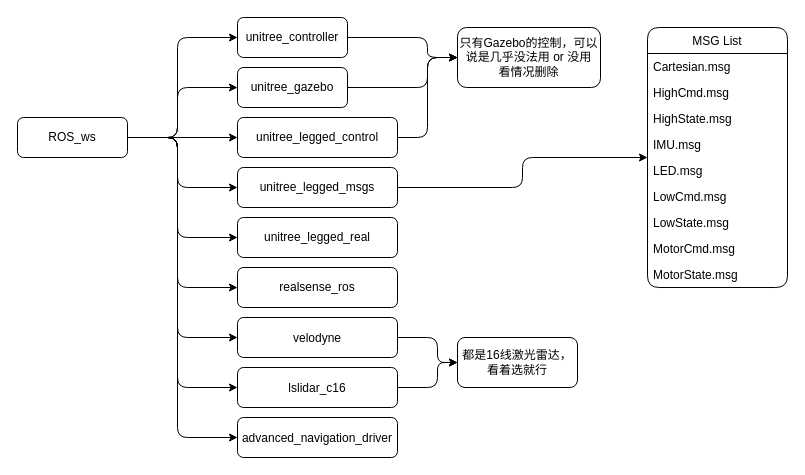
This is ROS_ws/drawio/ROS_ws.drawio from MistyMoonR/tsinghua-Unitree-ROS, a draw.io file, before an edit. Source tidied: cells renumbered, new cells numbered last; positions are measured from the earlier drawing's top-left corner, leaving out a move shared by most shapes. Both pictures are drawn from the tidied source at 100%, with x=0, y=0 at pixel (17, 17).
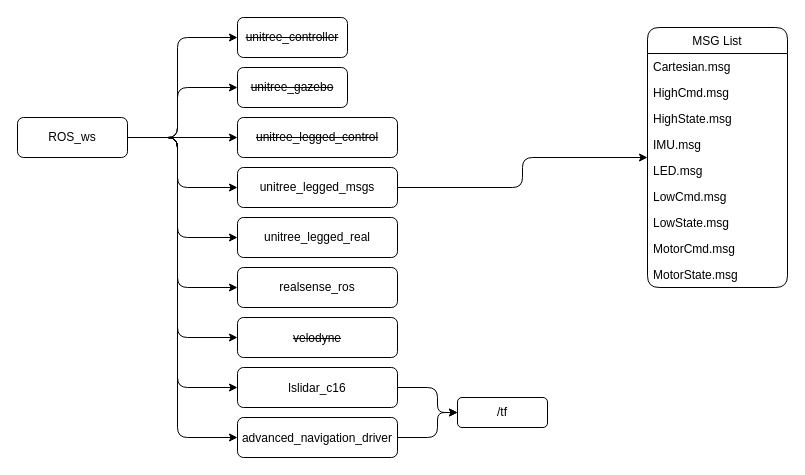
Above is the later version.

The change refers to these unchanged cells:
```xml
<mxCell id="32" value="&lt;p class=&quot;p1&quot; style=&quot;margin: 0px ; font-stretch: normal ; line-height: normal&quot;&gt;lslidar_c16&lt;/p&gt;" style="rounded=1;whiteSpace=wrap;html=1;" parent="1" vertex="1">
  <mxGeometry x="220" y="350" width="160" height="40" as="geometry" />
</mxCell>
<mxCell id="34" value="&lt;p class=&quot;p1&quot; style=&quot;margin: 0px ; font-stretch: normal ; line-height: normal&quot;&gt;advanced_navigation_driver&lt;/p&gt;" style="rounded=1;whiteSpace=wrap;html=1;" parent="1" vertex="1">
  <mxGeometry x="220" y="400" width="160" height="40" as="geometry" />
</mxCell>
```

The edit, as a diff of the source:
```diff
@@
-    <mxCell id="4" value="unitree_legged_control" style="rounded=1;whiteSpace=wrap;html=1;" parent="1" vertex="1">
+    <mxCell id="4" value="&lt;strike&gt;unitree_legged_control&lt;/strike&gt;" style="rounded=1;whiteSpace=wrap;html=1;" parent="1" vertex="1">
       <mxGeometry x="220" y="100" width="160" height="40" as="geometry" />
     </mxCell>
-    <mxCell id="5" style="edgeStyle=orthogonalEdgeStyle;rounded=1;jettySize=auto;html=1;" parent="1" edge="1" source="6" target="16">
-      <mxGeometry relative="1" as="geometry">
-        <Array as="points">
-          <mxPoint x="410" y="70" />
-          <mxPoint x="410" y="40" />
-        </Array>
-      </mxGeometry>
-    </mxCell>
-    <mxCell id="6" value="unitree_gazebo" style="rounded=1;whiteSpace=wrap;html=1;" parent="1" vertex="1">
+    <mxCell id="6" value="&lt;strike&gt;unitree_gazebo&lt;/strike&gt;" style="rounded=1;whiteSpace=wrap;html=1;" parent="1" vertex="1">
       <mxGeometry x="220" y="50" width="110" height="40" as="geometry" />
     </mxCell>
-    <mxCell id="7" style="edgeStyle=orthogonalEdgeStyle;rounded=1;jettySize=auto;html=1;" parent="1" edge="1" source="8" target="16">
-      <mxGeometry relative="1" as="geometry">
-        <Array as="points">
-          <mxPoint x="410" y="20" />
-          <mxPoint x="410" y="40" />
-        </Array>
-      </mxGeometry>
-    </mxCell>
-    <mxCell id="8" value="unitree_controller" style="rounded=1;whiteSpace=wrap;html=1;" parent="1" vertex="1">
+    <mxCell id="8" value="&lt;strike&gt;unitree_controller&lt;/strike&gt;" style="rounded=1;whiteSpace=wrap;html=1;" parent="1" vertex="1">
       <mxGeometry x="220" width="110" height="40" as="geometry" />
     </mxCell>
@@
-    <mxCell id="16" value="只有Gazebo的控制，可以说是几乎没法用 or 没用&lt;br&gt;看情况删除" style="rounded=1;whiteSpace=wrap;html=1;" parent="1" vertex="1">
-      <mxGeometry x="440" y="10" width="143" height="60" as="geometry" />
-    </mxCell>
-    <mxCell id="17" style="edgeStyle=orthogonalEdgeStyle;rounded=1;jettySize=auto;html=1;" parent="1" edge="1" source="4" target="16">
-      <mxGeometry relative="1" as="geometry">
-        <Array as="points">
-          <mxPoint x="410" y="120" />
-          <mxPoint x="410" y="40" />
-        </Array>
-      </mxGeometry>
-    </mxCell>
@@
-    <mxCell id="30" value="&lt;p class=&quot;p1&quot; style=&quot;margin: 0px ; font-stretch: normal ; line-height: normal&quot;&gt;velodyne&lt;/p&gt;" style="rounded=1;whiteSpace=wrap;html=1;" parent="1" vertex="1">
+    <mxCell id="30" value="&lt;p class=&quot;p1&quot; style=&quot;margin: 0px ; font-stretch: normal ; line-height: normal&quot;&gt;&lt;strike&gt;velodyne&lt;/strike&gt;&lt;/p&gt;" style="rounded=1;whiteSpace=wrap;html=1;" parent="1" vertex="1">
       <mxGeometry x="220" y="300" width="160" height="40" as="geometry" />
     </mxCell>
@@
-    <mxCell id="36" style="edgeStyle=orthogonalEdgeStyle;rounded=1;jettySize=auto;html=1;" parent="1" edge="1" source="32" target="37">
-      <mxGeometry relative="1" as="geometry">
-        <Array as="points">
-          <mxPoint x="420" y="370" />
-          <mxPoint x="420" y="345" />
-        </Array>
-      </mxGeometry>
-    </mxCell>
-    <mxCell id="37" value="都是16线激光雷达，看着选就行" style="rounded=1;whiteSpace=wrap;html=1;" parent="1" vertex="1">
-      <mxGeometry x="440" y="320" width="120" height="50" as="geometry" />
-    </mxCell>
-    <mxCell id="38" style="edgeStyle=orthogonalEdgeStyle;rounded=1;jettySize=auto;html=1;exitX=1;exitY=0.5;exitDx=0;exitDy=0;" parent="1" edge="1" source="30" target="37">
-      <mxGeometry relative="1" as="geometry">
-        <Array as="points">
-          <mxPoint x="420" y="320" />
-          <mxPoint x="420" y="345" />
-        </Array>
-      </mxGeometry>
-    </mxCell>
+    <mxCell id="39" value="/tf" style="rounded=1;whiteSpace=wrap;html=1;" parent="1" vertex="1">
+      <mxGeometry x="440" y="380" width="90" height="30" as="geometry" />
+    </mxCell>
+    <mxCell id="40" style="edgeStyle=orthogonalEdgeStyle;rounded=1;jettySize=auto;html=1;" parent="1" edge="1" source="32" target="39">
+      <mxGeometry relative="1" as="geometry">
+        <Array as="points">
+          <mxPoint x="420" y="370" />
+          <mxPoint x="420" y="395" />
+        </Array>
+      </mxGeometry>
+    </mxCell>
+    <mxCell id="41" style="edgeStyle=orthogonalEdgeStyle;rounded=1;jettySize=auto;html=1;" parent="1" edge="1" source="34" target="39">
+      <mxGeometry relative="1" as="geometry">
+        <Array as="points">
+          <mxPoint x="420" y="420" />
+          <mxPoint x="420" y="395" />
+        </Array>
+      </mxGeometry>
+    </mxCell>
```
